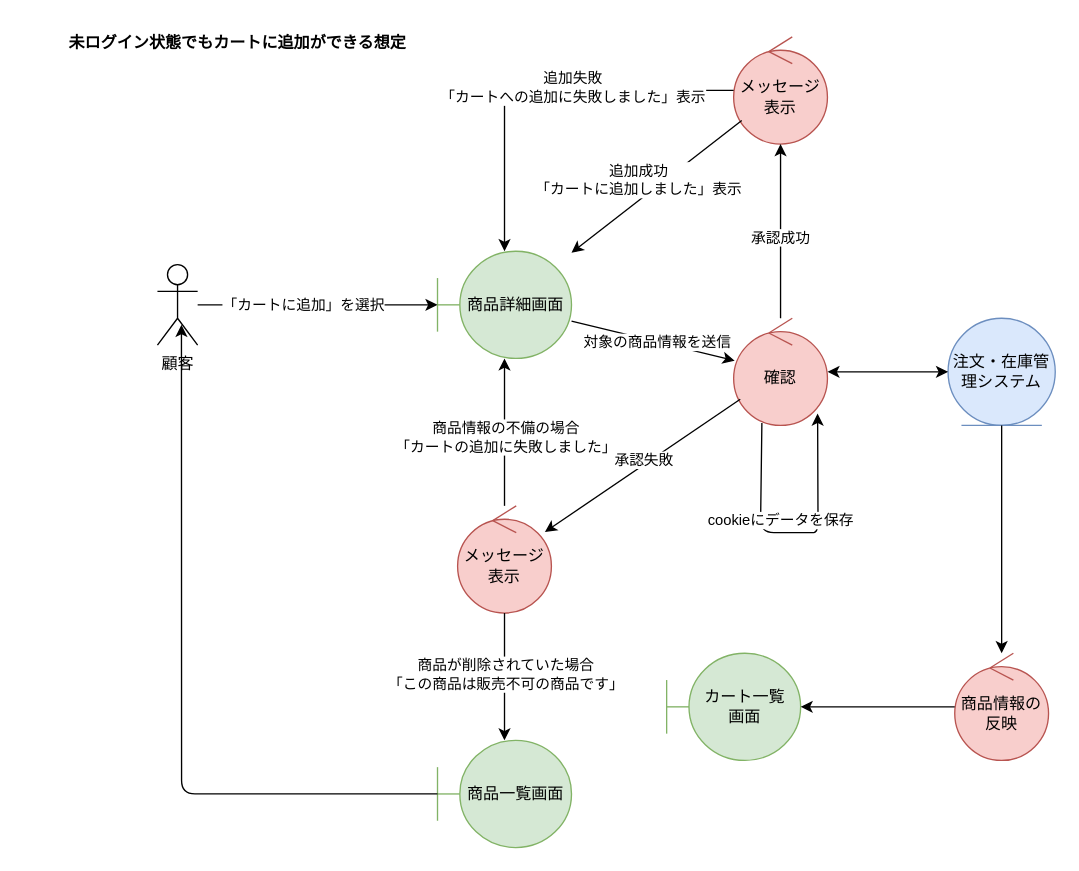
This is BB/analysis_cart.drawio from FujikawaHirono0520/group3_1_dogdog, a draw.io file, before an edit. Source tidied: cells renumbered, new cells numbered last; positions are measured from the earlier drawing's top-left corner, leaving out a move shared by most shapes. Both pictures are drawn from the tidied source at 134%, with x=0, y=0 at pixel (23, 23).
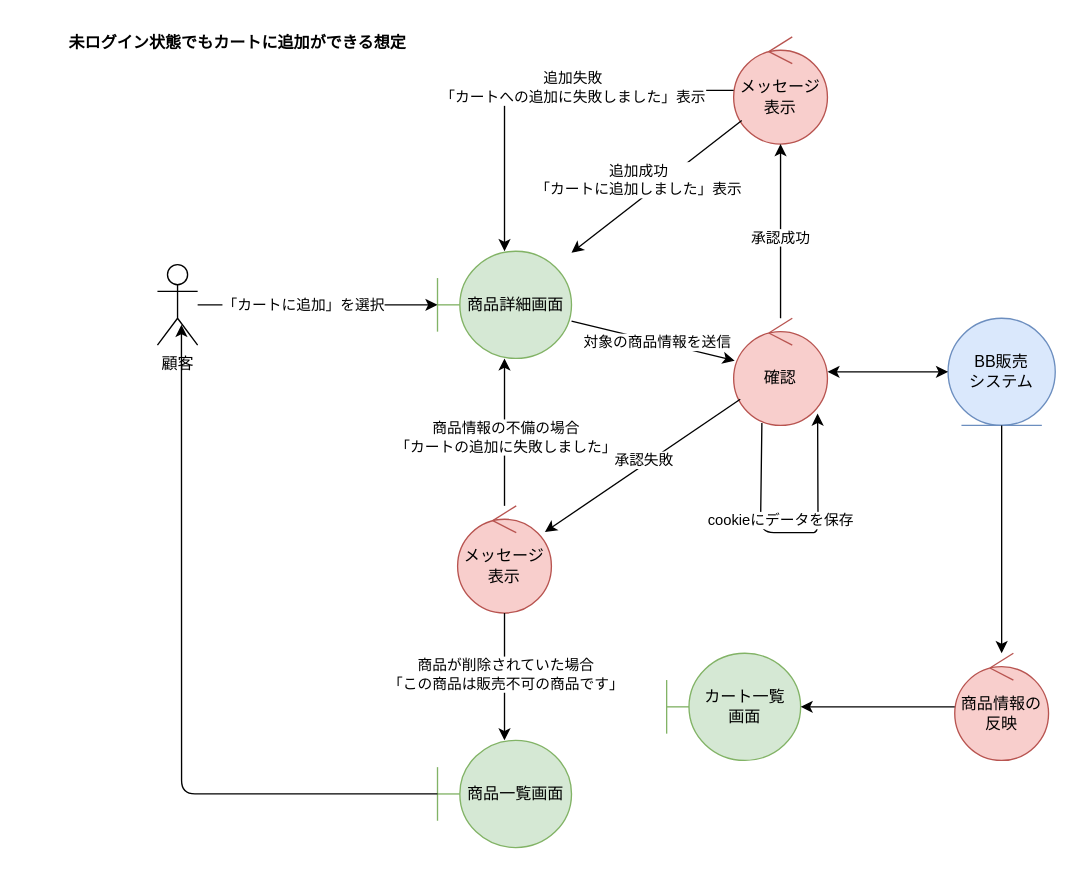
The same diagram, later.

Change to the diagram source:
```diff
@@
-    <mxCell id="10" value="注文・在庫管理システム" style="ellipse;shape=umlEntity;whiteSpace=wrap;html=1;fillColor=#dae8fc;strokeColor=#6c8ebf;" parent="1" vertex="1">
+    <mxCell id="10" value="BB販売&lt;div&gt;システム&lt;/div&gt;" style="ellipse;shape=umlEntity;whiteSpace=wrap;html=1;fillColor=#dae8fc;strokeColor=#6c8ebf;" parent="1" vertex="1">
       <mxGeometry x="690" y="220" width="80" height="80" as="geometry" />
     </mxCell>
```
